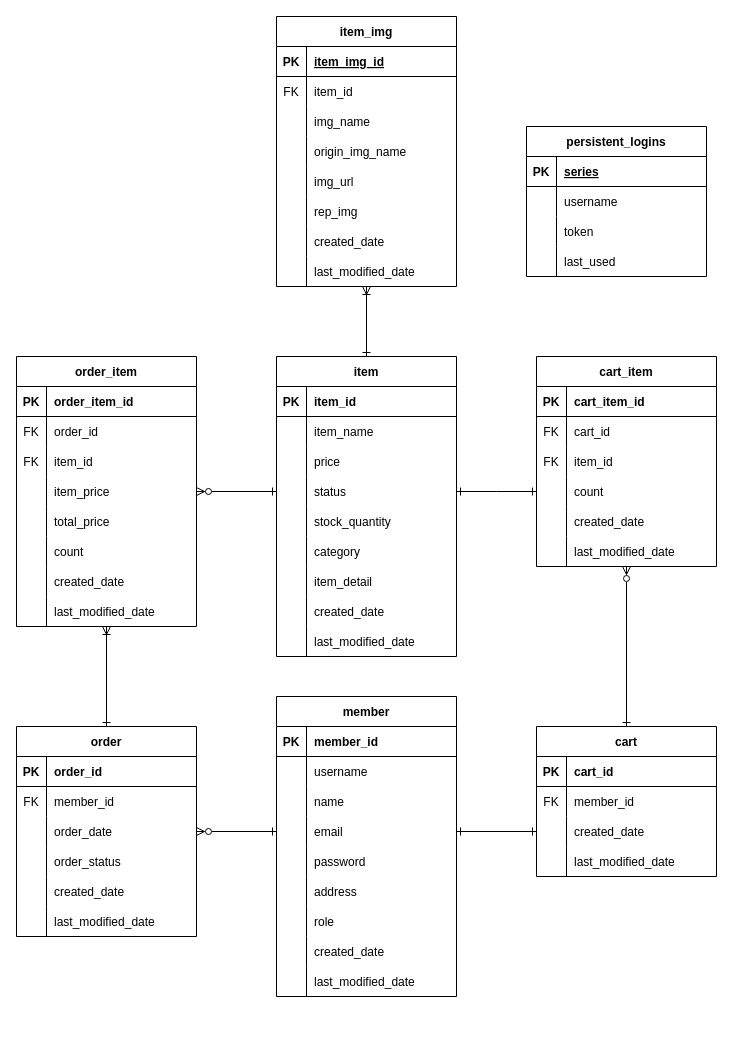
dlwldyd/shop keeps this draw.io diagram as table_diagram.drawio. Above is the earlier version. Source tidied: cells renumbered, new cells numbered last; positions are measured from the earlier drawing's top-left corner, leaving out a move shared by most shapes. Both pictures are drawn from the tidied source at 100%, with x=0, y=0 at pixel (16, 16).
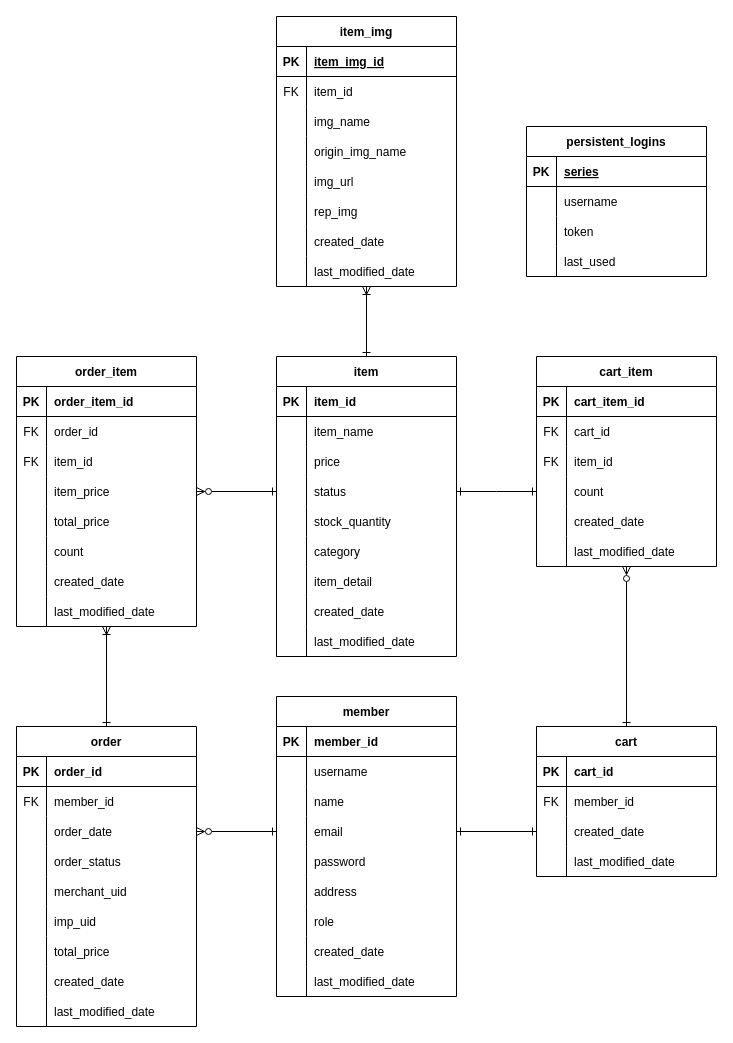
The same page after the edit.

Change to the diagram source:
```diff
@@
     <mxCell id="85" value="order" style="shape=table;startSize=30;childLayout=tableLayout;rowLines=0;fontStyle=1;align=center;" parent="1" vertex="1">
-      <mxGeometry y="710" width="180" height="210" as="geometry" />
+      <mxGeometry y="710" width="180" height="300" as="geometry" />
     </mxCell>
@@
+    <mxCell id="179" style="shape=tableRow;horizontal=0;startSize=0;swimlaneHead=0;swimlaneBody=0;fillColor=none;top=0;left=0;right=0;bottom=0;" parent="85" vertex="1">
+      <mxGeometry y="150" width="180" height="30" as="geometry" />
+    </mxCell>
+    <mxCell id="180" style="shape=partialRectangle;fillColor=none;top=0;left=0;bottom=0;right=0;overflow=hidden;" parent="179" vertex="1">
+      <mxGeometry width="30" height="30" as="geometry" />
+    </mxCell>
+    <mxCell id="181" value="merchant_uid" style="shape=partialRectangle;fillColor=none;top=0;left=0;bottom=0;right=0;align=left;spacingLeft=6;overflow=hidden;" parent="179" vertex="1">
+      <mxGeometry x="30" width="150" height="30" as="geometry" />
+    </mxCell>
+    <mxCell id="182" style="shape=tableRow;horizontal=0;startSize=0;swimlaneHead=0;swimlaneBody=0;fillColor=none;top=0;left=0;right=0;bottom=0;" parent="85" vertex="1">
+      <mxGeometry y="180" width="180" height="30" as="geometry" />
+    </mxCell>
+    <mxCell id="183" style="shape=partialRectangle;fillColor=none;top=0;left=0;bottom=0;right=0;overflow=hidden;" parent="182" vertex="1">
+      <mxGeometry width="30" height="30" as="geometry" />
+    </mxCell>
+    <mxCell id="184" value="imp_uid" style="shape=partialRectangle;fillColor=none;top=0;left=0;bottom=0;right=0;align=left;spacingLeft=6;overflow=hidden;" parent="182" vertex="1">
+      <mxGeometry x="30" width="150" height="30" as="geometry" />
+    </mxCell>
+    <mxCell id="185" style="shape=tableRow;horizontal=0;startSize=0;swimlaneHead=0;swimlaneBody=0;fillColor=none;top=0;left=0;right=0;bottom=0;" parent="85" vertex="1">
+      <mxGeometry y="210" width="180" height="30" as="geometry" />
+    </mxCell>
+    <mxCell id="186" style="shape=partialRectangle;fillColor=none;top=0;left=0;bottom=0;right=0;overflow=hidden;" parent="185" vertex="1">
+      <mxGeometry width="30" height="30" as="geometry" />
+    </mxCell>
+    <mxCell id="187" value="total_price" style="shape=partialRectangle;fillColor=none;top=0;left=0;bottom=0;right=0;align=left;spacingLeft=6;overflow=hidden;" parent="185" vertex="1">
+      <mxGeometry x="30" width="150" height="30" as="geometry" />
+    </mxCell>
     <mxCell id="98" style="shape=tableRow;horizontal=0;startSize=0;swimlaneHead=0;swimlaneBody=0;fillColor=none;top=0;left=0;right=0;bottom=0;sketch=0;" parent="85" vertex="1">
-      <mxGeometry y="150" width="180" height="30" as="geometry" />
+      <mxGeometry y="240" width="180" height="30" as="geometry" />
     </mxCell>
@@
     <mxCell id="101" style="shape=tableRow;horizontal=0;startSize=0;swimlaneHead=0;swimlaneBody=0;fillColor=none;top=0;left=0;right=0;bottom=0;sketch=0;" parent="85" vertex="1">
-      <mxGeometry y="180" width="180" height="30" as="geometry" />
+      <mxGeometry y="270" width="180" height="30" as="geometry" />
     </mxCell>
```
